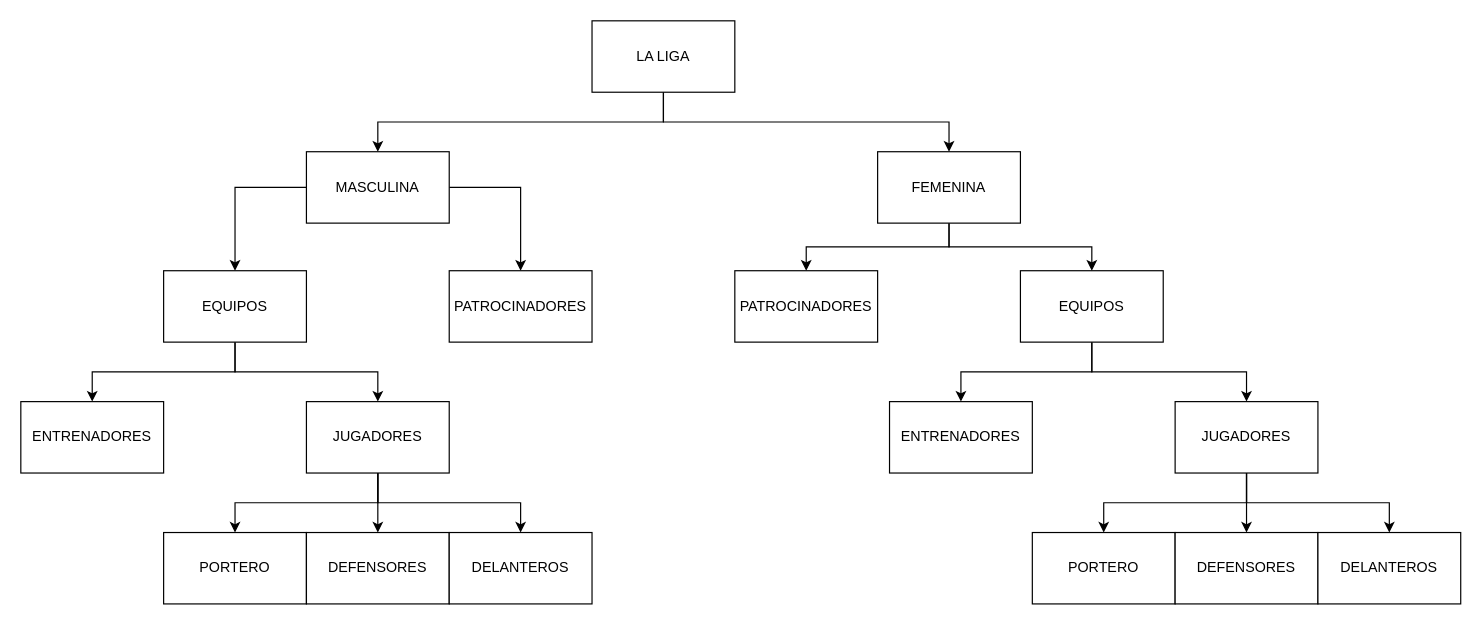
guillerman2001/RepasoProgramacion keeps this draw.io diagram as liga_femenina.drawio. Above is the earlier version. Source tidied: cells renumbered, new cells numbered last; positions are measured from the earlier drawing's top-left corner, leaving out a move shared by most shapes. Both pictures are drawn from the tidied source at 119%, with x=0, y=0 at pixel (20, 20).
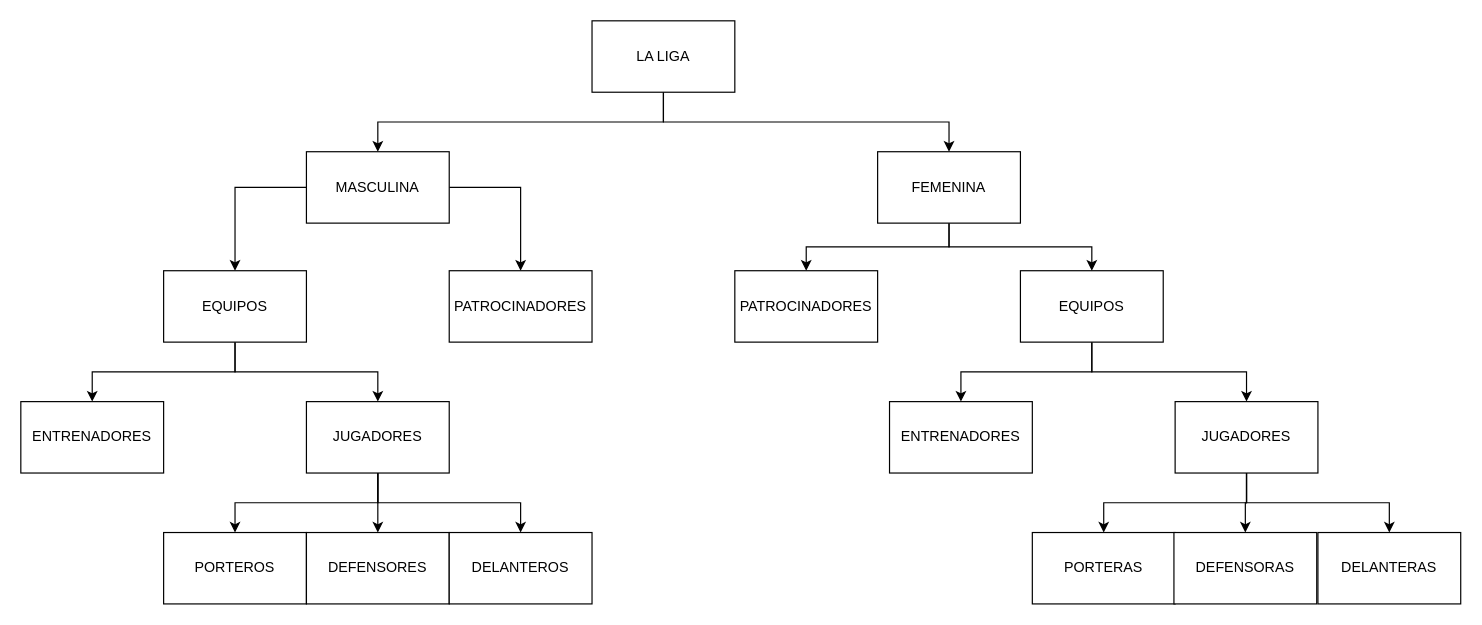
The same diagram, later.

Diff of the diagram source:
```diff
@@
-    <mxCell id="29" value="PORTERO" style="whiteSpace=wrap;html=1;" parent="1" vertex="1">
+    <mxCell id="29" value="PORTEROS" style="whiteSpace=wrap;html=1;" parent="1" vertex="1">
       <mxGeometry x="120" y="430" width="120" height="60" as="geometry" />
     </mxCell>
@@
-    <mxCell id="32" value="PORTERO" style="whiteSpace=wrap;html=1;" parent="1" vertex="1">
+    <mxCell id="32" value="PORTERAS" style="whiteSpace=wrap;html=1;" parent="1" vertex="1">
       <mxGeometry x="850" y="430" width="120" height="60" as="geometry" />
     </mxCell>
-    <mxCell id="33" value="DEFENSORES" style="whiteSpace=wrap;html=1;" parent="1" vertex="1">
-      <mxGeometry x="970" y="430" width="120" height="60" as="geometry" />
+    <mxCell id="33" value="DEFENSORAS" style="whiteSpace=wrap;html=1;" parent="1" vertex="1">
+      <mxGeometry x="969" y="430" width="120" height="60" as="geometry" />
     </mxCell>
-    <mxCell id="34" value="DELANTEROS" style="whiteSpace=wrap;html=1;" parent="1" vertex="1">
+    <mxCell id="34" value="DELANTERAS" style="whiteSpace=wrap;html=1;" parent="1" vertex="1">
       <mxGeometry x="1090" y="430" width="120" height="60" as="geometry" />
     </mxCell>
```
